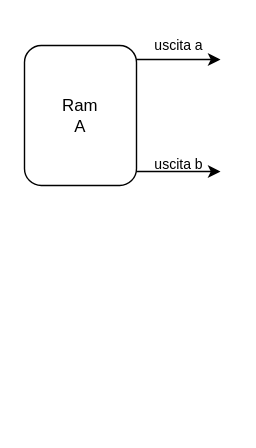
Above: Verilog/datapath.drawio in Dani-Picciau/NW_algorithm (draw.io), before the change. Source tidied: cells renumbered, new cells numbered last; positions are measured from the earlier drawing's top-left corner, leaving out a move shared by most shapes. Both pictures are drawn from the tidied source at 140%, with x=0, y=0 at pixel (24, 24).
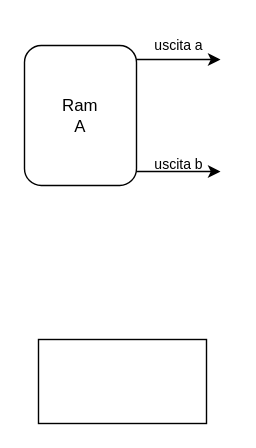
The same page after the edit.

Commit message:
terza prova disegno

Change to the diagram source:
```diff
@@
 <mxGraphModel>
   <root>
     <mxCell id="0" />
     <mxCell id="1" parent="0" />
     <mxCell id="2" value="Ram&lt;br&gt;A" style="rounded=1;whiteSpace=wrap;html=1;" parent="1" vertex="1">
       <mxGeometry y="15" width="80" height="100" as="geometry" />
     </mxCell>
     <mxCell id="3" style="endArrow=classic;html=1;" parent="1" edge="1">
       <mxGeometry relative="1" as="geometry">
         <mxPoint x="80" y="105" as="sourcePoint" />
         <mxPoint x="140" y="105" as="targetPoint" />
       </mxGeometry>
     </mxCell>
     <mxCell id="4" style="endArrow=classic;html=1;" parent="1" edge="1">
       <mxGeometry relative="1" as="geometry">
         <mxPoint x="80" y="25" as="sourcePoint" />
         <mxPoint x="140" y="25" as="targetPoint" />
       </mxGeometry>
     </mxCell>
     <mxCell id="5" value="&lt;font style=&quot;font-size: 10px;&quot;&gt;uscita a&lt;/font&gt;" style="text;html=1;align=center;verticalAlign=middle;strokeColor=none;fillColor=none;" parent="1" vertex="1">
       <mxGeometry x="80" width="60" height="30" as="geometry" />
     </mxCell>
     <mxCell id="6" value="uscita b" style="text;html=1;align=center;verticalAlign=middle;strokeColor=none;fillColor=none;fontSize=10;" parent="1" vertex="1">
       <mxGeometry x="80" y="85" width="60" height="30" as="geometry" />
     </mxCell>
+    <mxCell id="7" style="rounded=0;whiteSpace=wrap;html=1;" parent="1" vertex="1">
+      <mxGeometry x="10" y="225" width="120" height="60" as="geometry" />
+    </mxCell>
   </root>
 </mxGraphModel>
```
